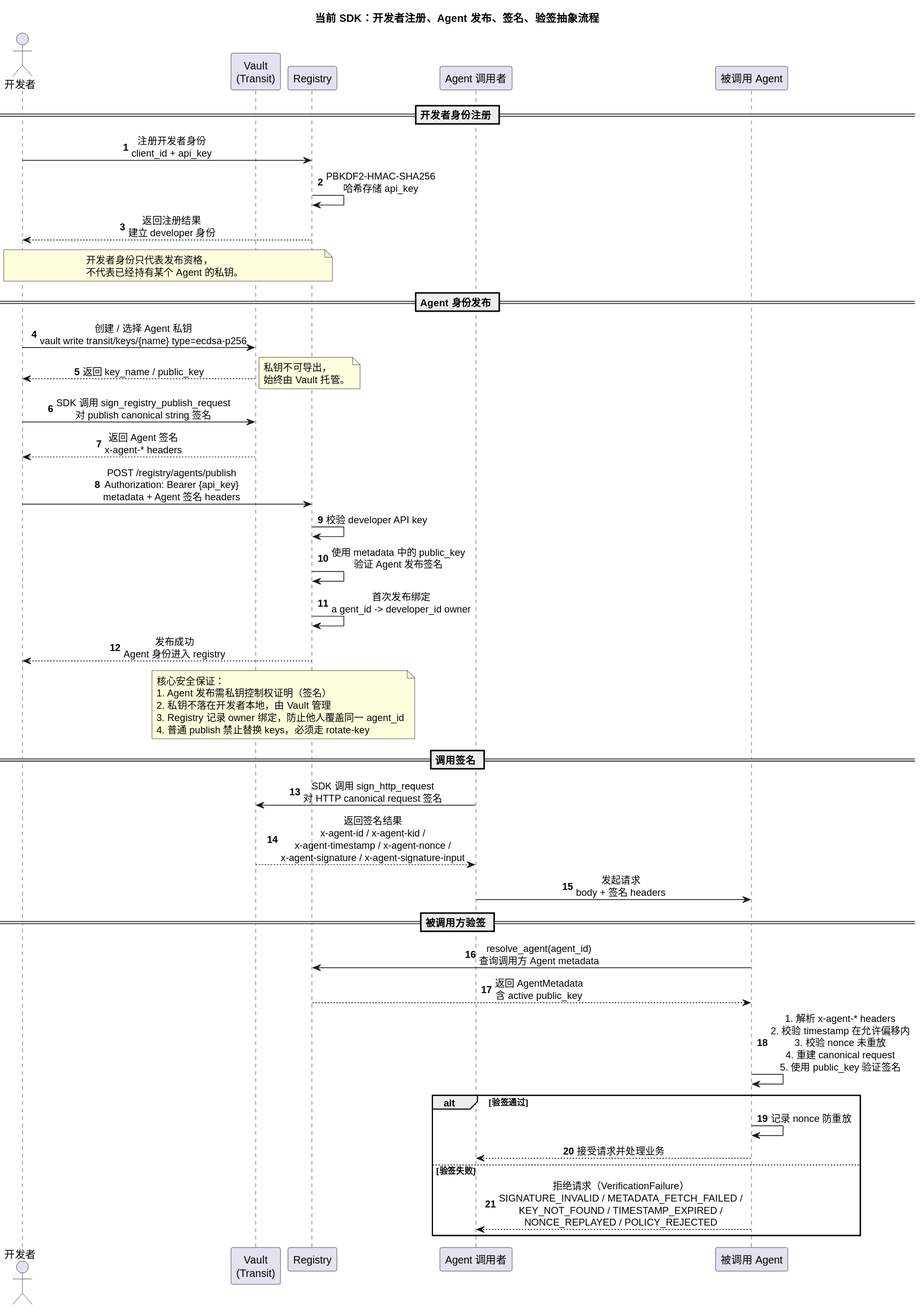
YiheHuang/agent_auth_sdk keeps this PlantUML diagram as docs/diagrams/sdk-current-sequence.svg. Above is the earlier version. Source of this version:
```plantuml
@startuml
title 当前 SDK：开发者注册、Agent 发布、签名、验签抽象流程

skinparam shadowing false
skinparam sequenceMessageAlign center
skinparam responseMessageBelowArrow true

<style>
  participant {
    Padding 28
  }
  box {
    Padding 10
  }
</style>

autonumber

actor "开发者" as Dev
participant "Vault\n(Transit)" as Vault
participant "Registry" as Registry
participant "Agent 调用者" as Caller
participant "被调用 Agent" as Callee

== 开发者身份注册 ==

Dev -> Registry : 注册开发者身份\nclient_id + api_key
Registry -> Registry : PBKDF2-HMAC-SHA256\n哈希存储 api_key
Registry --> Dev : 返回注册结果\n建立 developer 身份

note over Dev,Registry
开发者身份只代表发布资格，
不代表已经持有某个 Agent 的私钥。
end note

== Agent 身份发布 ==

Dev -> Vault : 创建 / 选择 Agent 私钥\nvault write transit/keys/{name} type=ecdsa-p256
Vault --> Dev : 返回 key_name / public_key
note right
私钥不可导出，
始终由 Vault 托管。
end note

Dev -> Vault : SDK 调用 sign_registry_publish_request\n对 publish canonical string 签名
Vault --> Dev : 返回 Agent 签名\nx-agent-* headers

Dev -> Registry : POST /registry/agents/publish\nAuthorization: Bearer {api_key}\nmetadata + Agent 签名 headers
Registry -> Registry : 校验 developer API key
Registry -> Registry : 使用 metadata 中的 public_key\n验证 Agent 发布签名
Registry -> Registry : 首次发布绑定\na gent_id -> developer_id owner
Registry --> Dev : 发布成功\nAgent 身份进入 registry

note over Vault,Registry
核心安全保证：
1. Agent 发布需私钥控制权证明（签名）
2. 私钥不落在开发者本地，由 Vault 管理
3. Registry 记录 owner 绑定，防止他人覆盖同一 agent_id
4. 普通 publish 禁止替换 keys，必须走 rotate-key
end note

== 调用签名 ==

Caller -> Vault : SDK 调用 sign_http_request\n对 HTTP canonical request 签名
Vault --> Caller : 返回签名结果\nx-agent-id / x-agent-kid /\nx-agent-timestamp / x-agent-nonce /\nx-agent-signature / x-agent-signature-input

Caller -> Callee : 发起请求\nbody + 签名 headers

== 被调用方验签 ==

Callee -> Registry : resolve_agent(agent_id)\n查询调用方 Agent metadata
Registry --> Callee : 返回 AgentMetadata\n含 active public_key

Callee -> Callee : 1. 解析 x-agent-* headers\n2. 校验 timestamp 在允许偏移内\n3. 校验 nonce 未重放\n4. 重建 canonical request\n5. 使用 public_key 验证签名

alt 验签通过
    Callee -> Callee : 记录 nonce 防重放
    Callee --> Caller : 接受请求并处理业务
else 验签失败
    Callee --> Caller : 拒绝请求（VerificationFailure）\nSIGNATURE_INVALID / METADATA_FETCH_FAILED /\nKEY_NOT_FOUND / TIMESTAMP_EXPIRED /\nNONCE_REPLAYED / POLICY_REJECTED
end
@enduml
```
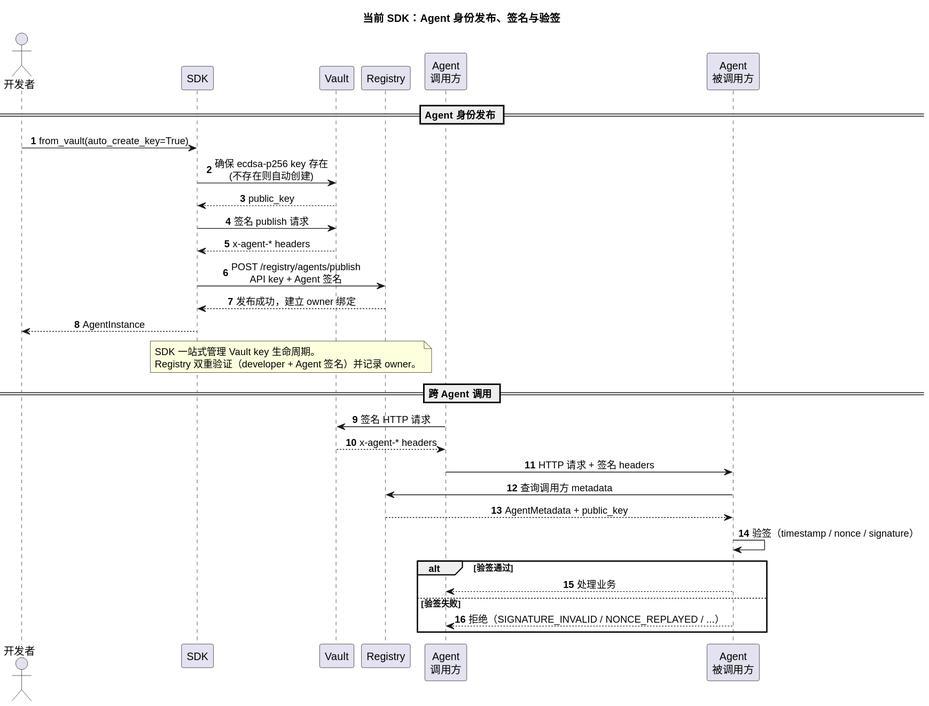
Above is the later version.

Commit message:
chore: refine sequence diagrams + cleanup legacy descriptions

Change to the diagram source:
```diff
@@ -1,82 +1,53 @@
 @startuml
-title 当前 SDK：开发者注册、Agent 发布、签名、验签抽象流程
+title 当前 SDK：Agent 身份发布、签名与验签
 
 skinparam shadowing false
 skinparam sequenceMessageAlign center
 skinparam responseMessageBelowArrow true
 
 <style>
-  participant {
-    Padding 28
-  }
-  box {
-    Padding 10
-  }
+  participant { Padding 28 }
+  box { Padding 10 }
 </style>
 
 autonumber
 
 actor "开发者" as Dev
-participant "Vault\n(Transit)" as Vault
+participant "SDK" as SDK
+participant "Vault" as Vault
 participant "Registry" as Registry
-participant "Agent 调用者" as Caller
-participant "被调用 Agent" as Callee
-
-== 开发者身份注册 ==
-
-Dev -> Registry : 注册开发者身份\nclient_id + api_key
-Registry -> Registry : PBKDF2-HMAC-SHA256\n哈希存储 api_key
-Registry --> Dev : 返回注册结果\n建立 developer 身份
-
-note over Dev,Registry
-开发者身份只代表发布资格，
-不代表已经持有某个 Agent 的私钥。
-end note
+participant "Agent\n调用方" as Caller
+participant "Agent\n被调用方" as Callee
 
 == Agent 身份发布 ==
 
-Dev -> Vault : 创建 / 选择 Agent 私钥\nvault write transit/keys/{name} type=ecdsa-p256
-Vault --> Dev : 返回 key_name / public_key
-note right
-私钥不可导出，
-始终由 Vault 托管。
+Dev -> SDK : from_vault(auto_create_key=True)
+SDK -> Vault : 确保 ecdsa-p256 key 存在\n(不存在则自动创建)
+Vault --> SDK : public_key
+SDK -> Vault : 签名 publish 请求
+Vault --> SDK : x-agent-* headers
+SDK -> Registry : POST /registry/agents/publish\nAPI key + Agent 签名
+Registry --> SDK : 发布成功，建立 owner 绑定
+SDK --> Dev : AgentInstance
+
+note over SDK, Registry
+SDK 一站式管理 Vault key 生命周期。
+Registry 双重验证（developer + Agent 签名）并记录 owner。
 end note
 
-Dev -> Vault : SDK 调用 sign_registry_publish_request\n对 publish canonical string 签名
-Vault --> Dev : 返回 Agent 签名\nx-agent-* headers
+== 跨 Agent 调用 ==
 
-Dev -> Registry : POST /registry/agents/publish\nAuthorization: Bearer {api_key}\nmetadata + Agent 签名 headers
-Registry -> Registry : 校验 developer API key
-Registry -> Registry : 使用 metadata 中的 public_key\n验证 Agent 发布签名
-Registry -> Registry : 首次发布绑定\na gent_id -> developer_id owner
-Registry --> Dev : 发布成功\nAgent 身份进入 registry
+Caller -> Vault : 签名 HTTP 请求
+Vault --> Caller : x-agent-* headers
+Caller -> Callee : HTTP 请求 + 签名 headers
 
-note over Vault,Registry
-核心安全保证：
-1. Agent 发布需私钥控制权证明（签名）
-2. 私钥不落在开发者本地，由 Vault 管理
-3. Registry 记录 owner 绑定，防止他人覆盖同一 agent_id
-4. 普通 publish 禁止替换 keys，必须走 rotate-key
-end note
-
-== 调用签名 ==
-
-Caller -> Vault : SDK 调用 sign_http_request\n对 HTTP canonical request 签名
-Vault --> Caller : 返回签名结果\nx-agent-id / x-agent-kid /\nx-agent-timestamp / x-agent-nonce /\nx-agent-signature / x-agent-signature-input
-
-Caller -> Callee : 发起请求\nbody + 签名 headers
-
-== 被调用方验签 ==
-
-Callee -> Registry : resolve_agent(agent_id)\n查询调用方 Agent metadata
-Registry --> Callee : 返回 AgentMetadata\n含 active public_key
-
-Callee -> Callee : 1. 解析 x-agent-* headers\n2. 校验 timestamp 在允许偏移内\n3. 校验 nonce 未重放\n4. 重建 canonical request\n5. 使用 public_key 验证签名
+Callee -> Registry : 查询调用方 metadata
+Registry --> Callee : AgentMetadata + public_key
+Callee -> Callee : 验签（timestamp / nonce / signature）
 
 alt 验签通过
-    Callee -> Callee : 记录 nonce 防重放
-    Callee --> Caller : 接受请求并处理业务
+    Callee --> Caller : 处理业务
 else 验签失败
-    Callee --> Caller : 拒绝请求（VerificationFailure）\nSIGNATURE_INVALID / METADATA_FETCH_FAILED /\nKEY_NOT_FOUND / TIMESTAMP_EXPIRED /\nNONCE_REPLAYED / POLICY_REJECTED
+    Callee --> Caller : 拒绝（SIGNATURE_INVALID / NONCE_REPLAYED / ...）
 end
 @enduml
```
